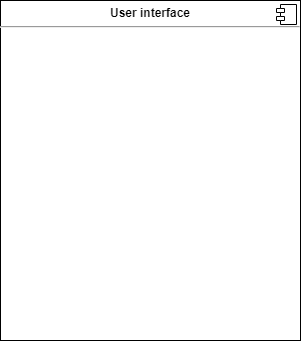
Above: component.drawio.png in xiangxiang3451/blog_pictures (draw.io), before the change. Source tidied: cells renumbered, new cells last; positions are measured from the earlier drawing's top-left corner, leaving out a move shared by most shapes.
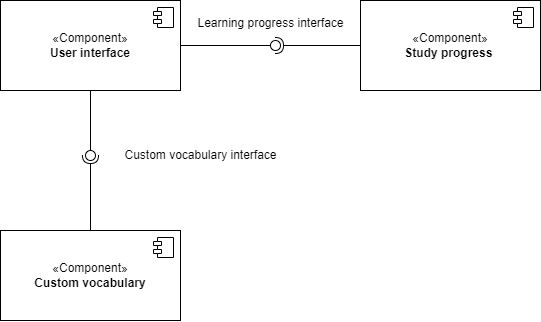
Later version of the same file.

What changed in the source:
```diff
@@ -2,13 +2,56 @@
   <root>
     <mxCell id="0" />
     <mxCell id="1" parent="0" />
-    <mxCell id="2" value="&lt;p style=&quot;margin:0px;margin-top:6px;text-align:center;&quot;&gt;&lt;b&gt;User interface&lt;/b&gt;&lt;/p&gt;&lt;hr&gt;&lt;p style=&quot;margin:0px;margin-left:8px;&quot;&gt;&lt;br&gt;&lt;/p&gt;" style="align=left;overflow=fill;html=1;whiteSpace=wrap;" parent="1" vertex="1">
-      <mxGeometry width="300" height="340" as="geometry" />
-    </mxCell>
-    <mxCell id="3" style="shape=component;jettyWidth=8;jettyHeight=4;" parent="2" vertex="1">
-      <mxGeometry x="1" width="20" height="20" relative="1" as="geometry">
-        <mxPoint x="-24" y="4" as="offset" />
-      </mxGeometry>
-    </mxCell>
+    <mxCell id="4" value="«Component»&lt;br&gt;&lt;b&gt;User interface&lt;/b&gt;" style="html=1;whiteSpace=wrap;" parent="1" vertex="1">
+      <mxGeometry x="10" y="310" width="180" height="90" as="geometry" />
+    </mxCell>
+    <mxCell id="5" style="shape=module;jettyWidth=8;jettyHeight=4;" parent="4" vertex="1">
+      <mxGeometry x="1" width="20" height="20" relative="1" as="geometry">
+        <mxPoint x="-27" y="7" as="offset" />
+      </mxGeometry>
+    </mxCell>
+    <mxCell id="6" value="«Component»&lt;br&gt;&lt;b&gt;Custom vocabulary&lt;/b&gt;" style="html=1;whiteSpace=wrap;" parent="1" vertex="1">
+      <mxGeometry x="10" y="540" width="180" height="90" as="geometry" />
+    </mxCell>
+    <mxCell id="7" style="shape=module;jettyWidth=8;jettyHeight=4;" parent="6" vertex="1">
+      <mxGeometry x="1" width="20" height="20" relative="1" as="geometry">
+        <mxPoint x="-27" y="7" as="offset" />
+      </mxGeometry>
+    </mxCell>
+    <mxCell id="8" value="«Component»&lt;br&gt;&lt;b&gt;Study progress&amp;nbsp;&lt;/b&gt;" style="html=1;whiteSpace=wrap;" parent="1" vertex="1">
+      <mxGeometry x="370" y="310" width="180" height="90" as="geometry" />
+    </mxCell>
+    <mxCell id="9" style="shape=module;jettyWidth=8;jettyHeight=4;" parent="8" vertex="1">
+      <mxGeometry x="1" width="20" height="20" relative="1" as="geometry">
+        <mxPoint x="-27" y="7" as="offset" />
+      </mxGeometry>
+    </mxCell>
+    <mxCell id="10" style="ellipse;whiteSpace=wrap;html=1;align=center;fillColor=none;strokeColor=none;perimeter=centerPerimeter;" parent="1" vertex="1">
+      <mxGeometry x="145" y="320" width="10" height="10" as="geometry" />
+    </mxCell>
+    <mxCell id="11" style="rounded=0;jettySize=auto;html=1;endArrow=halfCircle;endFill=0;endSize=6;strokeWidth=1;sketch=0;exitX=0;exitY=0.5;exitDx=0;exitDy=0;" parent="1" edge="1" source="8" target="13">
+      <mxGeometry relative="1" as="geometry" />
+    </mxCell>
+    <mxCell id="12" style="rounded=0;jettySize=auto;html=1;endArrow=oval;endFill=0;sketch=0;sourcePerimeterSpacing=0;targetPerimeterSpacing=0;endSize=10;exitX=1;exitY=0.5;exitDx=0;exitDy=0;" parent="1" edge="1" source="4" target="13">
+      <mxGeometry relative="1" as="geometry" />
+    </mxCell>
+    <mxCell id="13" style="ellipse;whiteSpace=wrap;html=1;align=center;fillColor=none;strokeColor=none;perimeter=centerPerimeter;points=[];outlineConnect=1;" parent="1" vertex="1">
+      <mxGeometry x="280" y="350" width="10" height="10" as="geometry" />
+    </mxCell>
+    <mxCell id="14" value="Learning progress interface" style="text;html=1;align=center;verticalAlign=middle;strokeColor=none;fillColor=none;" parent="1" vertex="1">
+      <mxGeometry x="195" y="318" width="170" height="30" as="geometry" />
+    </mxCell>
+    <mxCell id="15" style="rounded=0;jettySize=auto;html=1;endArrow=halfCircle;endFill=0;endSize=6;strokeWidth=1;sketch=0;labelPosition=center;verticalLabelPosition=middle;align=center;verticalAlign=middle;exitX=0.5;exitY=0;exitDx=0;exitDy=0;" parent="1" edge="1" source="6" target="17">
+      <mxGeometry relative="1" as="geometry" />
+    </mxCell>
+    <mxCell id="16" style="rounded=0;jettySize=auto;html=1;endArrow=oval;endFill=0;sketch=0;sourcePerimeterSpacing=0;targetPerimeterSpacing=0;endSize=10;labelPosition=center;verticalLabelPosition=middle;align=center;verticalAlign=middle;exitX=0.5;exitY=1;exitDx=0;exitDy=0;" parent="1" edge="1" source="4" target="17">
+      <mxGeometry relative="1" as="geometry" />
+    </mxCell>
+    <mxCell id="17" style="ellipse;whiteSpace=wrap;html=1;align=center;fillColor=none;strokeColor=none;perimeter=centerPerimeter;points=[];outlineConnect=1;labelPosition=center;verticalLabelPosition=middle;verticalAlign=middle;" parent="1" vertex="1">
+      <mxGeometry x="95" y="460" width="10" height="10" as="geometry" />
+    </mxCell>
+    <mxCell id="18" value="Custom vocabulary interface" style="text;html=1;align=center;verticalAlign=middle;strokeColor=none;fillColor=none;rotation=0;" parent="1" vertex="1">
+      <mxGeometry x="120" y="450" width="180" height="30" as="geometry" />
+    </mxCell>
   </root>
 </mxGraphModel>
```
